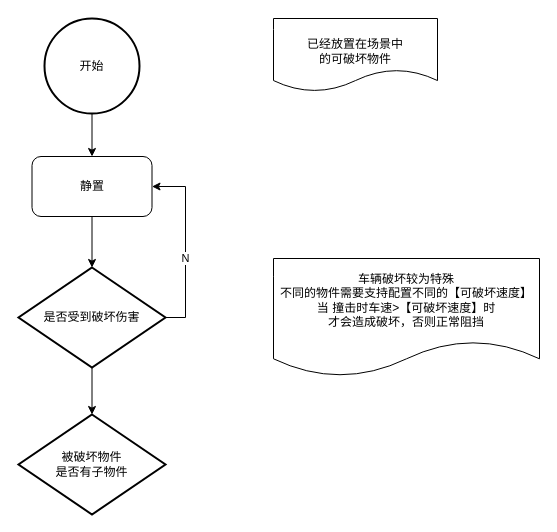
The draw.io diagram 路边可破坏物件.drawio in LittleTrain0321/15150400109Wy, before the edit. Source tidied: cells renumbered, new cells numbered last; positions are measured from the earlier drawing's top-left corner, leaving out a move shared by most shapes. Both pictures are drawn from the tidied source at 100%, with x=0, y=0 at pixel (18, 18).
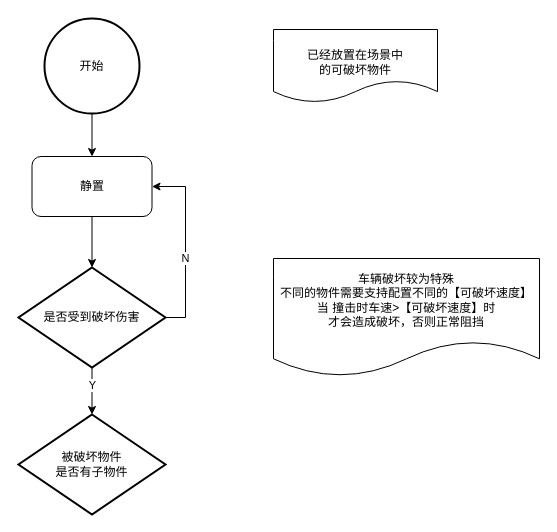
Above is the later version.

Commit message (it also covers changes not shown here):
更新路边可破坏物件.drawio

Change to the diagram source:
```diff
@@
 <mxGraphModel>
   <root>
     <mxCell id="0" />
     <mxCell id="1" parent="0" />
     <mxCell id="2" style="edgeStyle=orthogonalEdgeStyle;rounded=0;jettySize=auto;html=1;" parent="1" edge="1" source="3" target="7">
       <mxGeometry relative="1" as="geometry" />
     </mxCell>
     <mxCell id="3" value="&lt;div&gt;&lt;span style=&quot;background-color: initial;&quot;&gt;开始&lt;/span&gt;&lt;/div&gt;" style="strokeWidth=2;html=1;shape=mxgraph.flowchart.start_2;whiteSpace=wrap;" parent="1" vertex="1">
       <mxGeometry x="26" width="95" height="95" as="geometry" />
     </mxCell>
     <mxCell id="4" style="edgeStyle=orthogonalEdgeStyle;rounded=0;jettySize=auto;html=1;exitX=1;exitY=0.5;exitDx=0;exitDy=0;exitPerimeter=0;entryX=1;entryY=0.5;entryDx=0;entryDy=0;" parent="1" edge="1" source="6" target="7">
       <mxGeometry relative="1" as="geometry" />
     </mxCell>
     <mxCell id="5" value="N" style="edgeLabel;html=1;align=center;verticalAlign=middle;" parent="4" vertex="1">
       <mxGeometry x="-0.16" y="-2" relative="1" as="geometry">
         <mxPoint x="-3" y="-3" as="offset" />
       </mxGeometry>
     </mxCell>
     <mxCell id="6" value="是否受到破坏伤害" style="strokeWidth=2;html=1;shape=mxgraph.flowchart.decision;whiteSpace=wrap;" parent="1" vertex="1">
       <mxGeometry y="249" width="147" height="100" as="geometry" />
     </mxCell>
     <mxCell id="7" value="静置" style="rounded=1;whiteSpace=wrap;html=1;" parent="1" vertex="1">
       <mxGeometry x="13.5" y="138" width="120" height="60" as="geometry" />
     </mxCell>
     <mxCell id="8" style="edgeStyle=orthogonalEdgeStyle;rounded=0;jettySize=auto;html=1;exitX=0.5;exitY=1;exitDx=0;exitDy=0;entryX=0.5;entryY=0;entryDx=0;entryDy=0;entryPerimeter=0;" parent="1" edge="1" source="7" target="6">
       <mxGeometry relative="1" as="geometry" />
     </mxCell>
     <mxCell id="9" value="车辆破坏较为特殊&lt;div&gt;不同的物件需要支持配置不同的【可破坏速度】&lt;/div&gt;&lt;div&gt;当 撞击时车速&amp;gt;&lt;span style=&quot;background-color: initial;&quot;&gt;【可破坏速度】&lt;/span&gt;时&lt;/div&gt;&lt;div&gt;才会造成破坏，否则正常阻挡&lt;/div&gt;" style="shape=document;whiteSpace=wrap;html=1;boundedLbl=1;" parent="1" vertex="1">
       <mxGeometry x="255" y="240" width="266" height="118" as="geometry" />
     </mxCell>
     <mxCell id="10" value="&lt;div style=&quot;forced-color-adjust: none; color: rgb(0, 0, 0); font-family: Helvetica; font-size: 12px; font-style: normal; font-variant-ligatures: normal; font-variant-caps: normal; font-weight: 400; letter-spacing: normal; orphans: 2; text-align: center; text-indent: 0px; text-transform: none; widows: 2; word-spacing: 0px; -webkit-text-stroke-width: 0px; white-space: normal; background-color: rgb(255, 255, 255); text-decoration-thickness: initial; text-decoration-style: initial; text-decoration-color: initial;&quot;&gt;&lt;br&gt;&lt;/div&gt;" style="text;whiteSpace=wrap;html=1;" parent="1" vertex="1">
       <mxGeometry x="269" y="34" width="124" height="51" as="geometry" />
     </mxCell>
     <mxCell id="11" value="&lt;br&gt;&lt;div style=&quot;forced-color-adjust: none; color: rgb(0, 0, 0); font-family: Helvetica; font-size: 12px; font-style: normal; font-variant-ligatures: normal; font-variant-caps: normal; font-weight: 400; letter-spacing: normal; orphans: 2; text-indent: 0px; text-transform: none; widows: 2; word-spacing: 0px; -webkit-text-stroke-width: 0px; white-space: normal; text-decoration-thickness: initial; text-decoration-style: initial; text-decoration-color: initial; text-align: center; background-color: rgb(255, 255, 255);&quot;&gt;已经放置在场景中&lt;/div&gt;&lt;div style=&quot;forced-color-adjust: none; color: rgb(0, 0, 0); font-family: Helvetica; font-size: 12px; font-style: normal; font-variant-ligatures: normal; font-variant-caps: normal; font-weight: 400; letter-spacing: normal; orphans: 2; text-indent: 0px; text-transform: none; widows: 2; word-spacing: 0px; -webkit-text-stroke-width: 0px; white-space: normal; text-decoration-thickness: initial; text-decoration-style: initial; text-decoration-color: initial; text-align: center; background-color: rgb(255, 255, 255);&quot;&gt;的可破坏物件&lt;/div&gt;" style="shape=document;whiteSpace=wrap;html=1;boundedLbl=1;" parent="1" vertex="1">
-      <mxGeometry x="255" width="164" height="73" as="geometry" />
+      <mxGeometry x="255" y="11" width="164" height="73" as="geometry" />
     </mxCell>
     <mxCell id="12" value="被破坏物件&lt;div&gt;是否有子物件&lt;/div&gt;" style="strokeWidth=2;html=1;shape=mxgraph.flowchart.decision;whiteSpace=wrap;" parent="1" vertex="1">
       <mxGeometry y="396" width="147" height="100" as="geometry" />
     </mxCell>
     <mxCell id="13" style="edgeStyle=orthogonalEdgeStyle;rounded=0;jettySize=auto;html=1;exitX=0.5;exitY=1;exitDx=0;exitDy=0;exitPerimeter=0;entryX=0.5;entryY=0;entryDx=0;entryDy=0;entryPerimeter=0;" parent="1" edge="1" source="6" target="12">
       <mxGeometry relative="1" as="geometry" />
     </mxCell>
+    <mxCell id="14" value="Y" style="edgeLabel;html=1;align=center;verticalAlign=middle;" parent="13" vertex="1">
+      <mxGeometry x="-0.29" y="-3" relative="1" as="geometry">
+        <mxPoint x="3" as="offset" />
+      </mxGeometry>
+    </mxCell>
   </root>
 </mxGraphModel>
```
